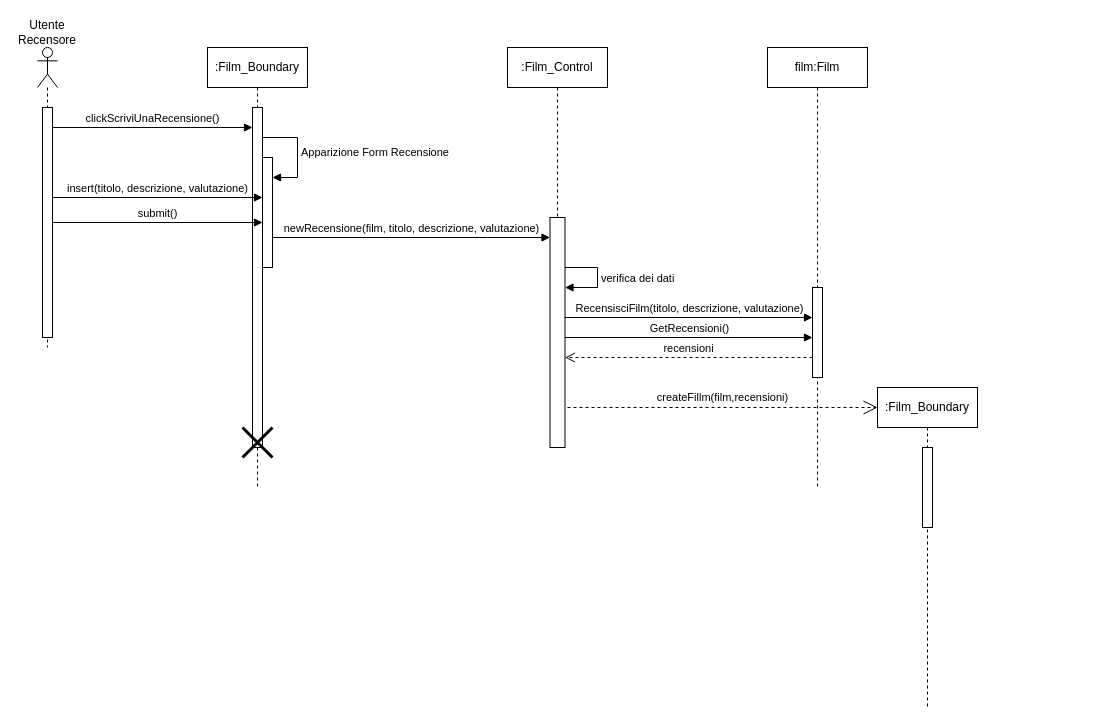
This is New Diagrams/Sequence Diagrams/UC13 Pubblicazione di una recensione.drawio from superfra01/Rated, a draw.io file, before an edit. Source tidied: cells renumbered, new cells numbered last; positions are measured from the earlier drawing's top-left corner, leaving out a move shared by most shapes. Both pictures are drawn from the tidied source at 100%, with x=0, y=0 at pixel (17, 17).
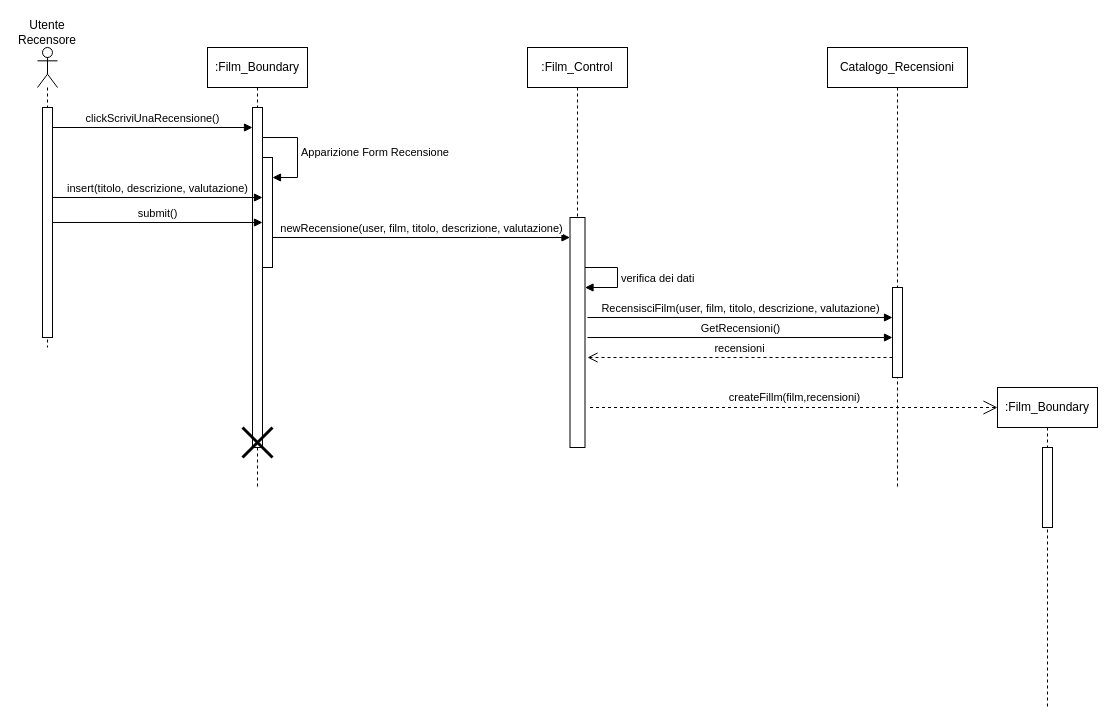
The same page after the edit.

Unchanged cells that the change refers to:
```xml
<mxCell id="7" style="html=1;points=[[0,0,0,0,5],[0,1,0,0,-5],[1,0,0,0,5],[1,1,0,0,-5]];perimeter=orthogonalPerimeter;outlineConnect=0;targetShapes=umlLifeline;portConstraint=eastwest;newEdgeStyle={&quot;curved&quot;:0,&quot;rounded&quot;:0};" parent="5" vertex="1">
  <mxGeometry x="55" y="110" width="10" height="110" as="geometry" />
</mxCell>
<mxCell id="14" style="html=1;points=[[0,0,0,0,5],[0,1,0,0,-5],[1,0,0,0,5],[1,1,0,0,-5]];perimeter=orthogonalPerimeter;outlineConnect=0;targetShapes=umlLifeline;portConstraint=eastwest;newEdgeStyle={&quot;curved&quot;:0,&quot;rounded&quot;:0};" parent="13" vertex="1">
  <mxGeometry x="42.5" y="170" width="15" height="230" as="geometry" />
</mxCell>
```

The edit, as a diff of the source:
```diff
@@
-    <mxCell id="11" value="film:Film" style="shape=umlLifeline;perimeter=lifelinePerimeter;whiteSpace=wrap;html=1;newEdgeStyle={&quot;curved&quot;:0,&quot;rounded&quot;:0};" parent="1" vertex="1">
-      <mxGeometry x="750" y="30" width="100" height="440" as="geometry" />
+    <mxCell id="11" value="Catalogo_Recensioni" style="shape=umlLifeline;perimeter=lifelinePerimeter;whiteSpace=wrap;html=1;newEdgeStyle={&quot;curved&quot;:0,&quot;rounded&quot;:0};" parent="1" vertex="1">
+      <mxGeometry x="810" y="30" width="140" height="440" as="geometry" />
     </mxCell>
     <mxCell id="12" style="html=1;points=[[0,0,0,0,5],[0,1,0,0,-5],[1,0,0,0,5],[1,1,0,0,-5]];perimeter=orthogonalPerimeter;outlineConnect=0;targetShapes=umlLifeline;portConstraint=eastwest;newEdgeStyle={&quot;curved&quot;:0,&quot;rounded&quot;:0};" parent="11" vertex="1">
-      <mxGeometry x="45" y="240" width="10" height="90" as="geometry" />
+      <mxGeometry x="65" y="240" width="10" height="90" as="geometry" />
     </mxCell>
     <mxCell id="13" value=":Film_Control" style="shape=umlLifeline;perimeter=lifelinePerimeter;whiteSpace=wrap;html=1;newEdgeStyle={&quot;curved&quot;:0,&quot;rounded&quot;:0};" parent="1" vertex="1">
-      <mxGeometry x="490" y="30" width="100" height="400" as="geometry" />
+      <mxGeometry x="510" y="30" width="100" height="400" as="geometry" />
     </mxCell>
@@
-    <mxCell id="18" value="newRecensione(film, titolo, descrizione, valutazione)" style="html=1;verticalAlign=bottom;endArrow=block;curved=0;rounded=0;" parent="1" edge="1" source="7" target="14">
+    <mxCell id="18" value="newRecensione(user, film, titolo, descrizione, valutazione)" style="html=1;verticalAlign=bottom;endArrow=block;curved=0;rounded=0;" parent="1" edge="1" source="7" target="14">
       <mxGeometry relative="1" as="geometry">
         <Array as="points">
           <mxPoint x="470" y="220" />
         </Array>
       </mxGeometry>
     </mxCell>
-    <mxCell id="19" value="RecensisciFilm(titolo, descrizione, valutazione)" style="html=1;verticalAlign=bottom;endArrow=block;curved=0;rounded=0;" parent="1" edge="1" target="12">
+    <mxCell id="19" value="RecensisciFilm(user, film, titolo, descrizione, valutazione)" style="html=1;verticalAlign=bottom;endArrow=block;curved=0;rounded=0;" parent="1" edge="1" target="12">
       <mxGeometry relative="1" as="geometry">
-        <mxPoint x="547.5" y="300" as="sourcePoint" />
+        <mxPoint x="570" y="300" as="sourcePoint" />
       </mxGeometry>
     </mxCell>
     <mxCell id="20" value=":Film_Boundary" style="shape=umlLifeline;perimeter=lifelinePerimeter;whiteSpace=wrap;html=1;newEdgeStyle={&quot;curved&quot;:0,&quot;rounded&quot;:0};" parent="1" vertex="1">
-      <mxGeometry x="860" y="370" width="100" height="320" as="geometry" />
+      <mxGeometry x="980" y="370" width="100" height="320" as="geometry" />
     </mxCell>
@@
-    <mxCell id="22" value="GetRecensioni()" style="html=1;verticalAlign=bottom;endArrow=block;curved=0;rounded=0;" parent="1" edge="1">
+    <mxCell id="22" value="GetRecensioni()" style="html=1;verticalAlign=bottom;endArrow=block;curved=0;rounded=0;" parent="1" edge="1" target="12">
       <mxGeometry relative="1" as="geometry">
-        <mxPoint x="547.5" y="320" as="sourcePoint" />
-        <mxPoint x="795" y="320" as="targetPoint" />
+        <mxPoint x="570" y="320" as="sourcePoint" />
       </mxGeometry>
     </mxCell>
-    <mxCell id="23" value="recensioni" style="html=1;verticalAlign=bottom;endArrow=open;dashed=1;endSize=8;curved=0;rounded=0;" parent="1" edge="1">
+    <mxCell id="23" value="recensioni" style="html=1;verticalAlign=bottom;endArrow=open;dashed=1;endSize=8;curved=0;rounded=0;" parent="1" edge="1" source="12">
       <mxGeometry relative="1" as="geometry">
-        <mxPoint x="795" y="340" as="sourcePoint" />
-        <mxPoint x="547.5" y="340" as="targetPoint" />
+        <mxPoint x="570" y="340" as="targetPoint" />
       </mxGeometry>
     </mxCell>
     <mxCell id="24" value="createFillm(film,recensioni)" style="endArrow=open;endSize=12;dashed=1;html=1;rounded=0;" parent="1" edge="1">
       <mxGeometry y="10" relative="1" as="geometry">
-        <mxPoint x="550" y="390" as="sourcePoint" />
-        <mxPoint x="860" y="390" as="targetPoint" />
+        <mxPoint x="572.5" y="390" as="sourcePoint" />
+        <mxPoint x="980" y="390" as="targetPoint" />
       </mxGeometry>
     </mxCell>
```
